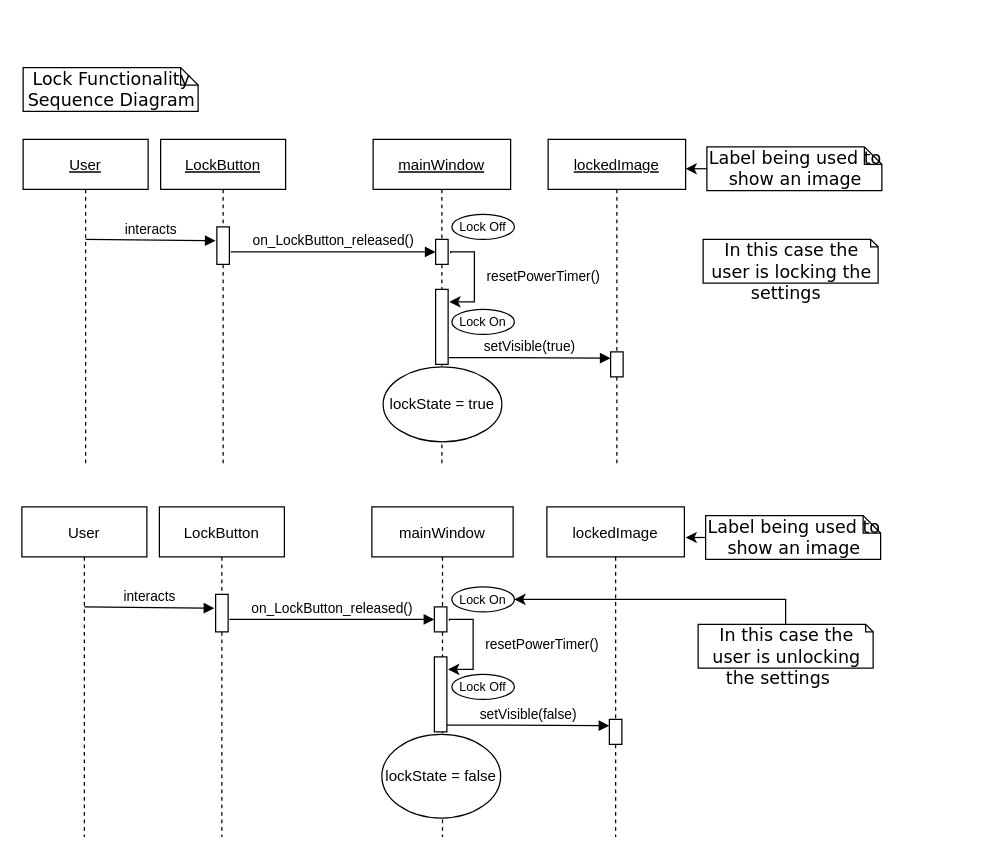
Before: Documentation/lockSequence.drawio in Hall-Andrew/CESDEVICE-3004FinalProject, a draw.io diagram. Source tidied: cells renumbered, new cells numbered last; positions are measured from the earlier drawing's top-left corner, leaving out a move shared by most shapes. Both pictures are drawn from the tidied source at 125%, with x=0, y=0 at pixel (21, 66).
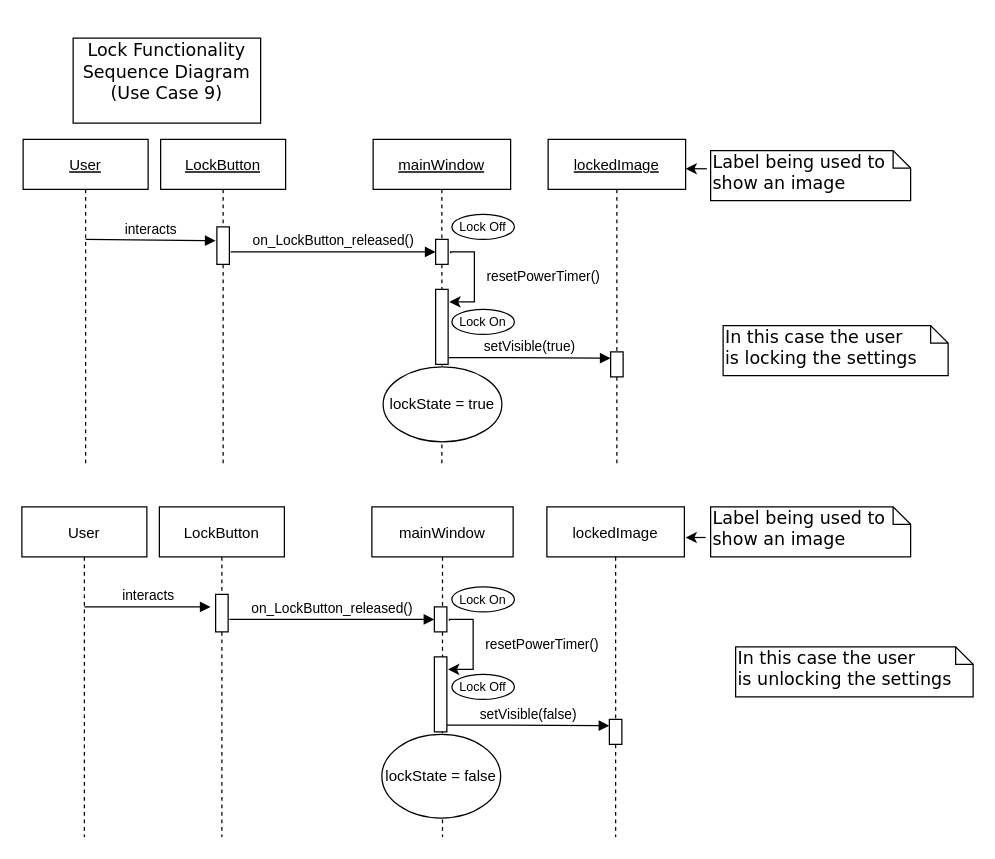
Above is the later version.

The change refers to these unchanged cells:
```xml
<mxCell id="14" value="lockedImage" style="shape=umlLifeline;perimeter=lifelinePerimeter;rounded=0;shadow=0;strokeWidth=1;fontStyle=4;" parent="1" vertex="1">
  <mxGeometry x="421" y="58" width="110" height="260" as="geometry" />
</mxCell>
<mxCell id="21" style="points=[];perimeter=orthogonalPerimeter;rounded=0;shadow=0;strokeWidth=1;fillColor=default;" parent="20" vertex="1">
  <mxGeometry x="45" y="70" width="10" height="30" as="geometry" />
</mxCell>
<mxCell id="27" value="Lock On" style="ellipse;whiteSpace=wrap;html=1;fontSize=10;" parent="22" vertex="1">
  <mxGeometry x="64" y="64" width="50" height="20" as="geometry" />
</mxCell>
<mxCell id="28" value="User" style="shape=umlLifeline;perimeter=lifelinePerimeter;rounded=0;shadow=0;strokeWidth=1;" parent="1" vertex="1">
  <mxGeometry y="352" width="100" height="264" as="geometry" />
</mxCell>
```

What changed in the source:
```diff
@@
-    <mxCell id="13" value="&lt;div style=&quot;text-align: center&quot;&gt;&lt;span style=&quot;font-size: 14px&quot;&gt;Lock Functionality Sequence Diagram&lt;/span&gt;&lt;/div&gt;" style="shape=note;whiteSpace=wrap;html=1;size=14;verticalAlign=top;align=left;spacingTop=-6;rounded=0;shadow=0;comic=0;labelBackgroundColor=none;strokeWidth=1;fontFamily=Verdana;fontSize=12;fillColor=default;strokeColor=default;fontColor=default;" parent="1" vertex="1">
-      <mxGeometry x="1" y="0.5" width="140" height="35" as="geometry" />
-    </mxCell>
@@
-    <mxCell id="17" style="edgeStyle=orthogonalEdgeStyle;rounded=0;jettySize=auto;html=1;exitX=0;exitY=0.5;exitDx=0;exitDy=0;exitPerimeter=0;entryX=1;entryY=0.092;entryDx=0;entryDy=0;entryPerimeter=0;" parent="1" edge="1" source="18" target="14">
-      <mxGeometry relative="1" as="geometry" />
+    <mxCell id="17" style="edgeStyle=orthogonalEdgeStyle;rounded=0;jettySize=auto;html=1;exitX=0;exitY=0.5;exitDx=0;exitDy=0;exitPerimeter=0;entryX=1;entryY=0.092;entryDx=0;entryDy=0;entryPerimeter=0;" parent="1" edge="1" target="14">
+      <mxGeometry relative="1" as="geometry">
+        <mxPoint x="548" y="81.5" as="sourcePoint" />
+      </mxGeometry>
     </mxCell>
-    <mxCell id="18" value="&lt;div style=&quot;text-align: center&quot;&gt;&lt;span style=&quot;font-size: 14px&quot;&gt;Label being used to show an image&lt;/span&gt;&lt;/div&gt;" style="shape=note;whiteSpace=wrap;html=1;size=14;verticalAlign=top;align=left;spacingTop=-6;rounded=0;shadow=0;comic=0;labelBackgroundColor=none;strokeWidth=1;fontFamily=Verdana;fontSize=12;fillColor=default;strokeColor=default;fontColor=default;" parent="1" vertex="1">
-      <mxGeometry x="548" y="64" width="140" height="35" as="geometry" />
-    </mxCell>
@@
-    <mxCell id="29" value="interacts" style="html=1;verticalAlign=bottom;endArrow=block;rounded=0;entryX=-0.1;entryY=0.367;entryDx=0;entryDy=0;entryPerimeter=0;" parent="28" edge="1" target="21">
+    <mxCell id="29" value="interacts" style="html=1;verticalAlign=bottom;endArrow=block;rounded=0;" parent="28" edge="1">
       <mxGeometry relative="1" as="geometry">
         <mxPoint x="50" y="80" as="sourcePoint" />
+        <mxPoint x="151" y="80" as="targetPoint" />
       </mxGeometry>
     </mxCell>
@@
-    <mxCell id="34" style="edgeStyle=orthogonalEdgeStyle;rounded=0;jettySize=auto;html=1;exitX=0;exitY=0.5;exitDx=0;exitDy=0;exitPerimeter=0;" parent="1" edge="1" source="35">
+    <mxCell id="34" style="edgeStyle=orthogonalEdgeStyle;rounded=0;orthogonalLoop=1;jettySize=auto;html=1;exitX=0;exitY=0.5;exitDx=0;exitDy=0;exitPerimeter=0;" parent="1" edge="1">
       <mxGeometry relative="1" as="geometry">
+        <mxPoint x="547" y="376.5" as="sourcePoint" />
         <mxPoint x="531" y="377" as="targetPoint" />
       </mxGeometry>
     </mxCell>
-    <mxCell id="35" value="&lt;div style=&quot;text-align: center&quot;&gt;&lt;span style=&quot;font-size: 14px&quot;&gt;Label being used to show an image&lt;/span&gt;&lt;/div&gt;" style="shape=note;whiteSpace=wrap;html=1;size=14;verticalAlign=top;align=left;spacingTop=-6;rounded=0;shadow=0;comic=0;labelBackgroundColor=none;strokeWidth=1;fontFamily=Verdana;fontSize=12;fillColor=default;strokeColor=default;fontColor=default;" parent="1" vertex="1">
-      <mxGeometry x="547" y="359" width="140" height="35" as="geometry" />
-    </mxCell>
@@
+    <mxCell id="40" value="&lt;span style=&quot;font-family: &amp;#34;verdana&amp;#34; ; font-size: 14px&quot;&gt;Label being used to&lt;/span&gt;&lt;br style=&quot;font-family: &amp;#34;verdana&amp;#34; ; font-size: 14px&quot;&gt;&lt;span style=&quot;font-family: &amp;#34;verdana&amp;#34; ; font-size: 14px&quot;&gt;show an image&lt;/span&gt;" style="shape=note;whiteSpace=wrap;html=1;size=14;verticalAlign=top;align=left;spacingTop=-6;rounded=0;shadow=0;comic=0;labelBackgroundColor=none;strokeWidth=1;fontFamily=Verdana;fontSize=12;fillColor=default;strokeColor=default;fontColor=default;" parent="1" vertex="1">
+      <mxGeometry x="551" y="67" width="160" height="40" as="geometry" />
+    </mxCell>
-    <mxCell id="37" value="&lt;div style=&quot;text-align: center&quot;&gt;&lt;span style=&quot;font-size: 14px&quot;&gt;In this case the user is locking the settings&amp;nbsp;&amp;nbsp;&lt;/span&gt;&lt;/div&gt;" style="shape=note;whiteSpace=wrap;html=1;size=6;verticalAlign=top;align=left;spacingTop=-6;rounded=0;shadow=0;comic=0;labelBackgroundColor=none;strokeWidth=1;fontFamily=Verdana;fontSize=12;fillColor=default;strokeColor=default;fontColor=default;" parent="1" vertex="1">
-      <mxGeometry x="545" y="138" width="140" height="35" as="geometry" />
+    <mxCell id="37" value="&lt;span style=&quot;font-family: &amp;#34;verdana&amp;#34; ; font-size: 14px&quot;&gt;In this case the user&lt;/span&gt;&lt;br style=&quot;font-family: &amp;#34;verdana&amp;#34; ; font-size: 14px&quot;&gt;&lt;span style=&quot;font-family: &amp;#34;verdana&amp;#34; ; font-size: 14px&quot;&gt;is locking the settings&amp;nbsp; &lt;br&gt;&lt;/span&gt;" style="shape=note;whiteSpace=wrap;html=1;size=14;verticalAlign=top;align=left;spacingTop=-6;rounded=0;shadow=0;comic=0;labelBackgroundColor=none;strokeWidth=1;fontFamily=Verdana;fontSize=12;fillColor=default;strokeColor=default;fontColor=default;" parent="1" vertex="1">
+      <mxGeometry x="561" y="207" width="180" height="40" as="geometry" />
     </mxCell>
-    <mxCell id="38" style="edgeStyle=orthogonalEdgeStyle;rounded=0;jettySize=auto;html=1;exitX=0.5;exitY=0;exitDx=0;exitDy=0;exitPerimeter=0;entryX=1;entryY=0.5;entryDx=0;entryDy=0;" parent="1" edge="1" source="39" target="27">
-      <mxGeometry relative="1" as="geometry" />
-    </mxCell>
+    <mxCell id="41" value="&lt;span style=&quot;font-family: &amp;#34;verdana&amp;#34; ; font-size: 14px&quot;&gt;Label being used to&lt;/span&gt;&lt;br style=&quot;font-family: &amp;#34;verdana&amp;#34; ; font-size: 14px&quot;&gt;&lt;span style=&quot;font-family: &amp;#34;verdana&amp;#34; ; font-size: 14px&quot;&gt;show an image&lt;/span&gt;" style="shape=note;whiteSpace=wrap;html=1;size=14;verticalAlign=top;align=left;spacingTop=-6;rounded=0;shadow=0;comic=0;labelBackgroundColor=none;strokeWidth=1;fontFamily=Verdana;fontSize=12;fillColor=default;strokeColor=default;fontColor=default;" parent="1" vertex="1">
+      <mxGeometry x="551" y="352" width="160" height="40" as="geometry" />
+    </mxCell>
-    <mxCell id="39" value="&lt;div style=&quot;text-align: center&quot;&gt;&lt;span style=&quot;font-size: 14px&quot;&gt;In this case the user is unlocking the settings&amp;nbsp; &amp;nbsp;&lt;/span&gt;&lt;/div&gt;&lt;div style=&quot;text-align: center&quot;&gt;&lt;span style=&quot;font-size: 14px&quot;&gt;&amp;nbsp;&lt;/span&gt;&lt;/div&gt;" style="shape=note;whiteSpace=wrap;html=1;size=6;verticalAlign=top;align=left;spacingTop=-6;rounded=0;shadow=0;comic=0;labelBackgroundColor=none;strokeWidth=1;fontFamily=Verdana;fontSize=12;fillColor=default;strokeColor=default;fontColor=default;" parent="1" vertex="1">
-      <mxGeometry x="541" y="446" width="140" height="35" as="geometry" />
+    <mxCell id="39" value="&lt;font face=&quot;verdana&quot;&gt;&lt;span style=&quot;font-size: 14px&quot;&gt;&lt;/span&gt;&lt;/font&gt;&lt;span style=&quot;font-size: 14px&quot;&gt;In this case the user is&amp;nbsp;&lt;/span&gt;&lt;font face=&quot;verdana&quot;&gt;&lt;span style=&quot;font-size: 14px&quot;&gt;&lt;/span&gt;&lt;/font&gt;&lt;span style=&quot;font-size: 14px&quot;&gt;unlocking the settings&amp;nbsp; &amp;nbsp;&lt;/span&gt;&lt;div style=&quot;font-family: &amp;#34;verdana&amp;#34;&quot;&gt;&lt;span style=&quot;font-size: 14px&quot;&gt;&amp;nbsp;&lt;/span&gt;&lt;/div&gt;" style="shape=note;whiteSpace=wrap;html=1;size=14;verticalAlign=top;align=left;spacingTop=-6;rounded=0;shadow=0;comic=0;labelBackgroundColor=none;strokeWidth=1;fontFamily=Verdana;fontSize=12;fillColor=default;strokeColor=default;fontColor=default;" parent="1" vertex="1">
+      <mxGeometry x="571" y="464" width="190" height="40" as="geometry" />
     </mxCell>
+    <mxCell id="42" value="&#10;&lt;span style=&quot;font-family: &amp;quot;verdana&amp;quot; ; font-size: 14px&quot;&gt;Lock Functionality &lt;br&gt;Sequence Diagram&lt;br&gt;(Use Case 9)&lt;br&gt;&lt;/span&gt;&#10;&#10;" style="rounded=0;whiteSpace=wrap;html=1;" parent="1" vertex="1">
+      <mxGeometry x="41" y="-23" width="150" height="68" as="geometry" />
+    </mxCell>
```
